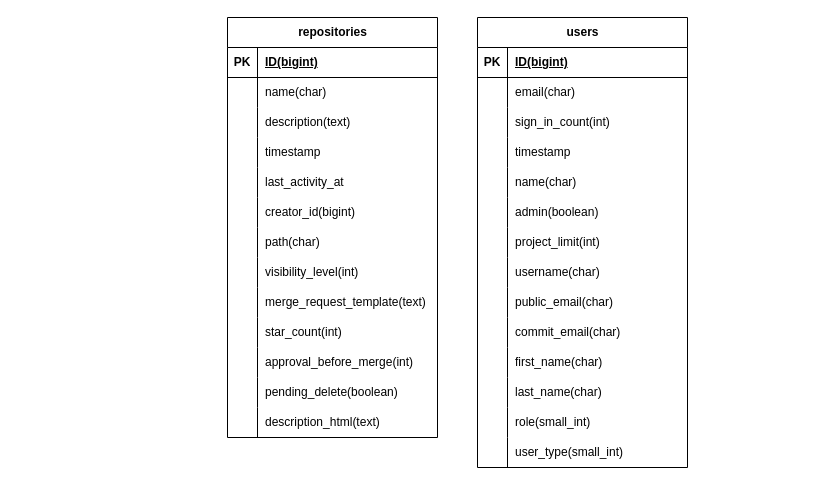
Before: Untitled Diagram.drawio in hoangchung16-00/my-git-store, a draw.io diagram. Source tidied: cells renumbered, new cells numbered last; positions are measured from the earlier drawing's top-left corner, leaving out a move shared by most shapes. Both pictures are drawn from the tidied source at 100%, with x=0, y=0 at pixel (227, 17).
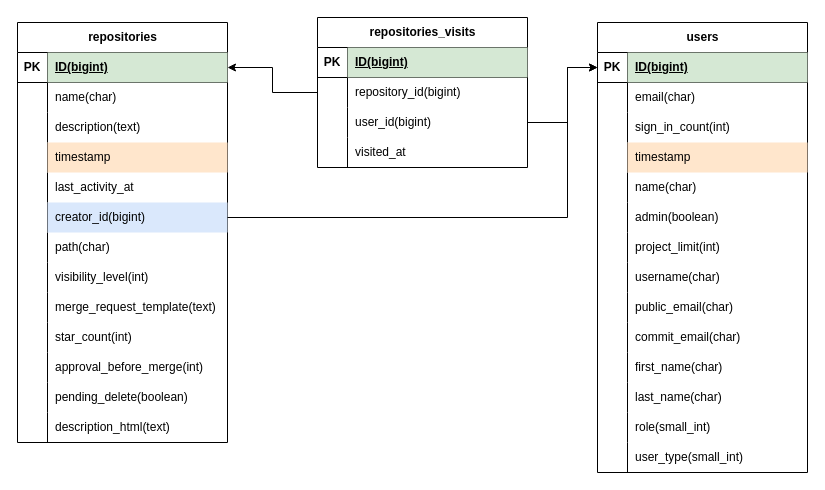
The same diagram, later.

Commit message:
diagram: repositories_visits

The change refers to these unchanged cells:
```xml
<mxCell id="3" style="shape=tableRow;horizontal=0;startSize=0;swimlaneHead=0;swimlaneBody=0;fillColor=none;points=[[0,0.5],[1,0.5]];portConstraint=eastwest;top=0;left=0;right=0;bottom=1;" parent="2" vertex="1">
  <mxGeometry y="30" width="210" height="30" as="geometry" />
</mxCell>
<mxCell id="12" style="shape=tableRow;horizontal=0;startSize=0;swimlaneHead=0;swimlaneBody=0;fillColor=none;top=0;left=0;right=0;bottom=0;" parent="2" vertex="1">
  <mxGeometry y="120" width="210" height="30" as="geometry" />
</mxCell>
<mxCell id="18" style="shape=tableRow;horizontal=0;startSize=0;swimlaneHead=0;swimlaneBody=0;fillColor=none;points=[[0,0.5],[1,0.5]];portConstraint=eastwest;top=0;left=0;right=0;bottom=0;" parent="2" vertex="1">
  <mxGeometry y="180" width="210" height="30" as="geometry" />
</mxCell>
<mxCell id="43" style="shape=tableRow;horizontal=0;startSize=0;swimlaneHead=0;swimlaneBody=0;fillColor=none;points=[[0,0.5],[1,0.5]];portConstraint=eastwest;top=0;left=0;right=0;bottom=1;" parent="42" vertex="1">
  <mxGeometry y="30" width="210" height="30" as="geometry" />
</mxCell>
<mxCell id="52" style="shape=tableRow;horizontal=0;startSize=0;swimlaneHead=0;swimlaneBody=0;fillColor=none;top=0;left=0;right=0;bottom=0;" parent="42" vertex="1">
  <mxGeometry y="120" width="210" height="30" as="geometry" />
</mxCell>
```

Diff of the diagram source:
```diff
@@
     <mxCell id="2" value="repositories" style="shape=table;startSize=30;childLayout=tableLayout;rowLines=0;fontStyle=1;align=center;html=1;" parent="1" vertex="1">
-      <mxGeometry width="210" height="420" as="geometry" />
+      <mxGeometry x="-210" y="5" width="210" height="420" as="geometry" />
     </mxCell>
@@
-    <mxCell id="5" value="ID(bigint)" style="shape=partialRectangle;fillColor=none;top=0;left=0;bottom=0;right=0;align=left;spacingLeft=6;fontStyle=5;overflow=hidden;whiteSpace=wrap;html=1;" parent="3" vertex="1">
+    <mxCell id="5" value="ID(bigint)" style="shape=partialRectangle;fillColor=#d5e8d4;top=0;left=0;bottom=0;right=0;align=left;spacingLeft=6;fontStyle=5;overflow=hidden;whiteSpace=wrap;html=1;strokeColor=#82b366;" parent="3" vertex="1">
       <mxGeometry x="30" width="180" height="30" as="geometry" />
     </mxCell>
@@
-    <mxCell id="14" value="timestamp" style="shape=partialRectangle;fillColor=none;top=0;left=0;bottom=0;right=0;align=left;spacingLeft=6;overflow=hidden;whiteSpace=wrap;html=1;" parent="12" vertex="1">
+    <mxCell id="14" value="timestamp" style="shape=partialRectangle;fillColor=#ffe6cc;top=0;left=0;bottom=0;right=0;align=left;spacingLeft=6;overflow=hidden;whiteSpace=wrap;html=1;strokeColor=#d79b00;" parent="12" vertex="1">
       <mxGeometry x="30" width="180" height="30" as="geometry" />
     </mxCell>
@@
-    <mxCell id="20" value="creator_id(bigint)" style="shape=partialRectangle;fillColor=none;top=0;left=0;bottom=0;right=0;align=left;spacingLeft=6;overflow=hidden;whiteSpace=wrap;html=1;" parent="18" vertex="1">
+    <mxCell id="20" value="creator_id(bigint)" style="shape=partialRectangle;fillColor=#dae8fc;top=0;left=0;bottom=0;right=0;align=left;spacingLeft=6;overflow=hidden;whiteSpace=wrap;html=1;strokeColor=#6c8ebf;" parent="18" vertex="1">
       <mxGeometry x="30" width="180" height="30" as="geometry" />
     </mxCell>
@@
     <mxCell id="42" value="users" style="shape=table;startSize=30;childLayout=tableLayout;rowLines=0;fontStyle=1;align=center;html=1;" parent="1" vertex="1">
-      <mxGeometry x="250" width="210" height="450" as="geometry" />
+      <mxGeometry x="370" y="5" width="210" height="450" as="geometry" />
     </mxCell>
@@
-    <mxCell id="45" value="ID(bigint)" style="shape=partialRectangle;fillColor=none;top=0;left=0;bottom=0;right=0;align=left;spacingLeft=6;fontStyle=5;overflow=hidden;whiteSpace=wrap;html=1;" parent="43" vertex="1">
+    <mxCell id="45" value="ID(bigint)" style="shape=partialRectangle;fillColor=#d5e8d4;top=0;left=0;bottom=0;right=0;align=left;spacingLeft=6;fontStyle=5;overflow=hidden;whiteSpace=wrap;html=1;strokeColor=#82b366;" parent="43" vertex="1">
       <mxGeometry x="30" width="180" height="30" as="geometry" />
     </mxCell>
@@
-    <mxCell id="54" value="timestamp" style="shape=partialRectangle;fillColor=none;top=0;left=0;bottom=0;right=0;align=left;spacingLeft=6;overflow=hidden;whiteSpace=wrap;html=1;" parent="52" vertex="1">
+    <mxCell id="54" value="timestamp" style="shape=partialRectangle;fillColor=#ffe6cc;top=0;left=0;bottom=0;right=0;align=left;spacingLeft=6;overflow=hidden;whiteSpace=wrap;html=1;strokeColor=#d79b00;" parent="52" vertex="1">
       <mxGeometry x="30" width="180" height="30" as="geometry" />
     </mxCell>
@@
+    <mxCell id="85" style="edgeStyle=orthogonalEdgeStyle;rounded=0;jettySize=auto;html=1;" parent="1" edge="1" source="18" target="43">
+      <mxGeometry relative="1" as="geometry">
+        <Array as="points">
+          <mxPoint x="340" y="200" />
+          <mxPoint x="340" y="50" />
+        </Array>
+      </mxGeometry>
+    </mxCell>
+    <mxCell id="86" value="repositories_visits" style="shape=table;startSize=30;childLayout=tableLayout;rowLines=0;fontStyle=1;align=center;html=1;" parent="1" vertex="1">
+      <mxGeometry x="90" width="210" height="150" as="geometry" />
+    </mxCell>
+    <mxCell id="87" style="shape=tableRow;horizontal=0;startSize=0;swimlaneHead=0;swimlaneBody=0;fillColor=none;top=0;left=0;right=0;bottom=1;" parent="86" vertex="1">
+      <mxGeometry y="30" width="210" height="30" as="geometry" />
+    </mxCell>
+    <mxCell id="88" value="PK" style="shape=partialRectangle;fillColor=none;top=0;left=0;bottom=0;right=0;fontStyle=1;overflow=hidden;whiteSpace=wrap;html=1;" parent="87" vertex="1">
+      <mxGeometry width="30" height="30" as="geometry" />
+    </mxCell>
+    <mxCell id="89" value="ID(bigint)" style="shape=partialRectangle;fillColor=#d5e8d4;top=0;left=0;bottom=0;right=0;align=left;spacingLeft=6;fontStyle=5;overflow=hidden;whiteSpace=wrap;html=1;strokeColor=#82b366;" parent="87" vertex="1">
+      <mxGeometry x="30" width="180" height="30" as="geometry" />
+    </mxCell>
+    <mxCell id="90" style="shape=tableRow;horizontal=0;startSize=0;swimlaneHead=0;swimlaneBody=0;fillColor=none;points=[[0,0.5],[1,0.5]];portConstraint=eastwest;top=0;left=0;right=0;bottom=0;" parent="86" vertex="1">
+      <mxGeometry y="60" width="210" height="30" as="geometry" />
+    </mxCell>
+    <mxCell id="91" style="shape=partialRectangle;fillColor=none;top=0;left=0;bottom=0;right=0;overflow=hidden;whiteSpace=wrap;html=1;" parent="90" vertex="1">
+      <mxGeometry width="30" height="30" as="geometry" />
+    </mxCell>
+    <mxCell id="92" value="repository_id(bigint)" style="shape=partialRectangle;fillColor=none;top=0;left=0;bottom=0;right=0;align=left;spacingLeft=6;overflow=hidden;whiteSpace=wrap;html=1;" parent="90" vertex="1">
+      <mxGeometry x="30" width="180" height="30" as="geometry" />
+    </mxCell>
+    <mxCell id="93" style="shape=tableRow;horizontal=0;startSize=0;swimlaneHead=0;swimlaneBody=0;fillColor=none;points=[[0,0.5],[1,0.5]];portConstraint=eastwest;top=0;left=0;right=0;bottom=0;" parent="86" vertex="1">
+      <mxGeometry y="90" width="210" height="30" as="geometry" />
+    </mxCell>
+    <mxCell id="94" style="shape=partialRectangle;fillColor=none;top=0;left=0;bottom=0;right=0;overflow=hidden;whiteSpace=wrap;html=1;" parent="93" vertex="1">
+      <mxGeometry width="30" height="30" as="geometry" />
+    </mxCell>
+    <mxCell id="95" value="user_id(bigint)" style="shape=partialRectangle;fillColor=none;top=0;left=0;bottom=0;right=0;align=left;spacingLeft=6;overflow=hidden;whiteSpace=wrap;html=1;" parent="93" vertex="1">
+      <mxGeometry x="30" width="180" height="30" as="geometry" />
+    </mxCell>
+    <mxCell id="96" style="shape=tableRow;horizontal=0;startSize=0;swimlaneHead=0;swimlaneBody=0;fillColor=none;top=0;left=0;right=0;bottom=0;" parent="86" vertex="1">
+      <mxGeometry y="120" width="210" height="30" as="geometry" />
+    </mxCell>
+    <mxCell id="97" style="shape=partialRectangle;fillColor=none;top=0;left=0;bottom=0;right=0;overflow=hidden;whiteSpace=wrap;html=1;" parent="96" vertex="1">
+      <mxGeometry width="30" height="30" as="geometry" />
+    </mxCell>
+    <mxCell id="98" value="visited_at" style="shape=partialRectangle;fillColor=none;top=0;left=0;bottom=0;right=0;align=left;spacingLeft=6;overflow=hidden;whiteSpace=wrap;html=1;" parent="96" vertex="1">
+      <mxGeometry x="30" width="180" height="30" as="geometry" />
+    </mxCell>
+    <mxCell id="99" style="edgeStyle=orthogonalEdgeStyle;rounded=0;jettySize=auto;html=1;" parent="1" edge="1" source="90" target="3">
+      <mxGeometry relative="1" as="geometry" />
+    </mxCell>
+    <mxCell id="100" style="edgeStyle=orthogonalEdgeStyle;rounded=0;jettySize=auto;html=1;entryX=0;entryY=0.5;entryDx=0;entryDy=0;" parent="1" edge="1" source="93" target="43">
+      <mxGeometry relative="1" as="geometry">
+        <Array as="points">
+          <mxPoint x="340" y="105" />
+          <mxPoint x="340" y="50" />
+        </Array>
+      </mxGeometry>
+    </mxCell>
```
